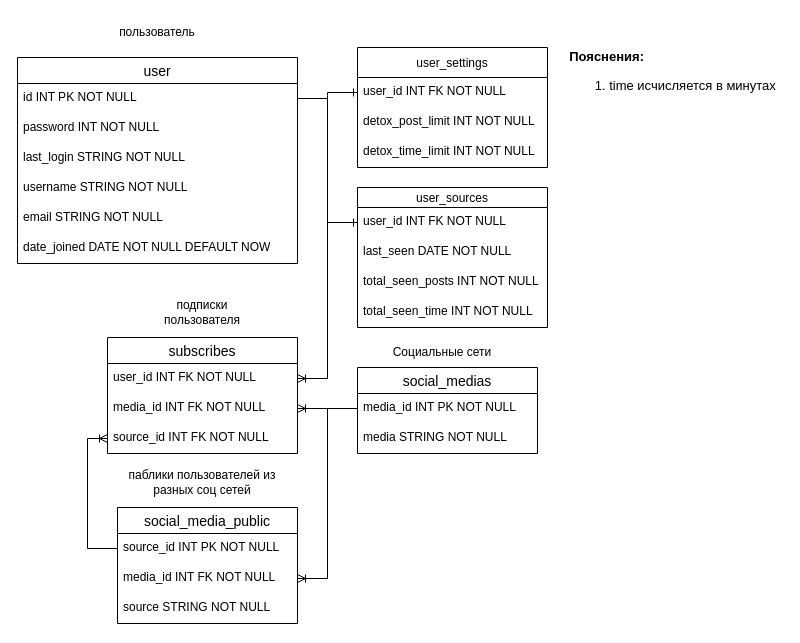
Isas2g/SmoothieFeed keeps this draw.io diagram as SmoothieFeed.drawio. Above is the earlier version. Source tidied: cells renumbered, new cells numbered last; positions are measured from the earlier drawing's top-left corner, leaving out a move shared by most shapes. Both pictures are drawn from the tidied source at 100%, with x=0, y=0 at pixel (17, 17).
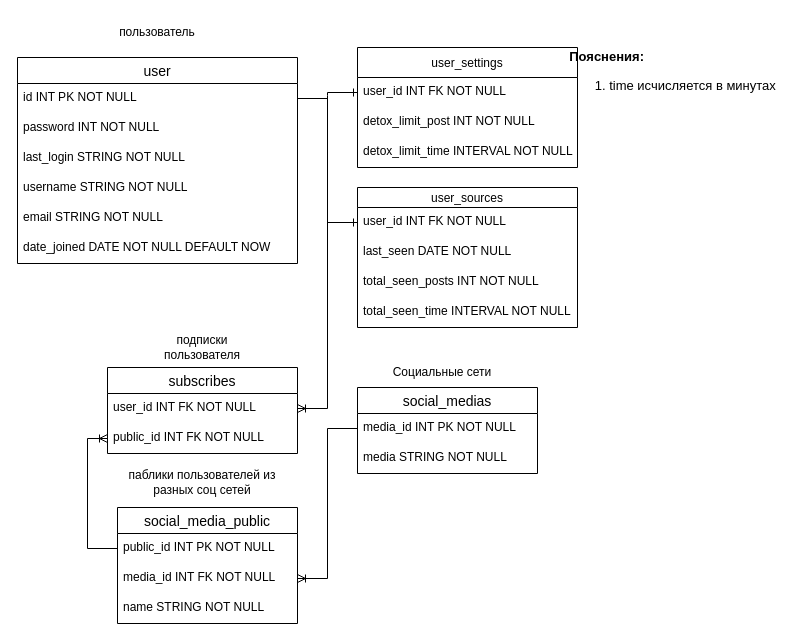
The same page after the edit.

Unchanged cells that the change refers to:
```xml
<mxCell id="15" value="media_id INT PK NOT NULL" style="text;strokeColor=none;fillColor=none;spacingLeft=4;spacingRight=4;overflow=hidden;points=[[0,0.5],[1,0.5]];portConstraint=eastwest;fontSize=12;" parent="14" vertex="1">
  <mxGeometry y="26" width="180" height="30" as="geometry" />
</mxCell>
<mxCell id="17" value="social_media_public" style="swimlane;fontStyle=0;horizontal=1;startSize=26;align=center;fontSize=14;" parent="1" vertex="1">
  <mxGeometry x="100" y="490" width="180" height="116" as="geometry" />
</mxCell>
```

Change to the diagram source:
```diff
@@
     <mxCell id="9" value="subscribes" style="swimlane;fontStyle=0;horizontal=1;startSize=26;align=center;fontSize=14;" parent="1" vertex="1">
-      <mxGeometry x="90" y="320" width="190" height="116" as="geometry" />
+      <mxGeometry x="90" y="350" width="190" height="86" as="geometry" />
     </mxCell>
@@
-    <mxCell id="11" value="media_id INT FK NOT NULL" style="text;strokeColor=none;fillColor=none;spacingLeft=4;spacingRight=4;overflow=hidden;points=[[0,0.5],[1,0.5]];portConstraint=eastwest;fontSize=12;" parent="9" vertex="1">
-      <mxGeometry y="56" width="190" height="30" as="geometry" />
-    </mxCell>
-    <mxCell id="12" value="source_id INT FK NOT NULL" style="text;strokeColor=none;fillColor=none;spacingLeft=4;spacingRight=4;overflow=hidden;points=[[0,0.5],[1,0.5]];portConstraint=eastwest;fontSize=12;" parent="9" vertex="1">
-      <mxGeometry y="86" width="190" height="30" as="geometry" />
+    <mxCell id="12" value="public_id INT FK NOT NULL" style="text;strokeColor=none;fillColor=none;spacingLeft=4;spacingRight=4;overflow=hidden;points=[[0,0.5],[1,0.5]];portConstraint=eastwest;fontSize=12;" parent="9" vertex="1">
+      <mxGeometry y="56" width="190" height="30" as="geometry" />
     </mxCell>
@@
     <mxCell id="14" value="social_medias" style="swimlane;fontStyle=0;horizontal=1;startSize=26;align=center;fontSize=14;" parent="1" vertex="1">
-      <mxGeometry x="340" y="350" width="180" height="86" as="geometry" />
+      <mxGeometry x="340" y="370" width="180" height="86" as="geometry" />
     </mxCell>
@@
-    <mxCell id="18" value="source_id INT PK NOT NULL" style="text;strokeColor=none;fillColor=none;spacingLeft=4;spacingRight=4;overflow=hidden;points=[[0,0.5],[1,0.5]];portConstraint=eastwest;fontSize=12;" parent="17" vertex="1">
+    <mxCell id="18" value="public_id INT PK NOT NULL" style="text;strokeColor=none;fillColor=none;spacingLeft=4;spacingRight=4;overflow=hidden;points=[[0,0.5],[1,0.5]];portConstraint=eastwest;fontSize=12;" parent="17" vertex="1">
       <mxGeometry y="26" width="180" height="30" as="geometry" />
     </mxCell>
@@
-    <mxCell id="20" value="source STRING NOT NULL" style="text;strokeColor=none;fillColor=none;spacingLeft=4;spacingRight=4;overflow=hidden;fontSize=12;" parent="17" vertex="1">
+    <mxCell id="20" value="name STRING NOT NULL" style="text;strokeColor=none;fillColor=none;spacingLeft=4;spacingRight=4;overflow=hidden;fontSize=12;" parent="17" vertex="1">
       <mxGeometry y="86" width="180" height="30" as="geometry" />
     </mxCell>
     <mxCell id="21" value="Социальные сети" style="text;html=1;strokeColor=none;fillColor=none;align=center;verticalAlign=middle;whiteSpace=wrap;rounded=0;" parent="1" vertex="1">
-      <mxGeometry x="360" y="310" width="130" height="50" as="geometry" />
+      <mxGeometry x="360" y="330" width="130" height="50" as="geometry" />
     </mxCell>
@@
     <mxCell id="23" value="подписки пользователя" style="text;html=1;strokeColor=none;fillColor=none;align=center;verticalAlign=middle;whiteSpace=wrap;rounded=0;" parent="1" vertex="1">
-      <mxGeometry x="135" y="280" width="100" height="30" as="geometry" />
+      <mxGeometry x="135" y="315" width="100" height="30" as="geometry" />
     </mxCell>
@@
     <mxCell id="25" value="user_settings" style="swimlane;fontStyle=0;horizontal=1;startSize=30;" parent="1" vertex="1">
-      <mxGeometry x="340" y="30" width="190" height="120" as="geometry" />
+      <mxGeometry x="340" y="30" width="220" height="120" as="geometry" />
     </mxCell>
     <mxCell id="26" value="user_id INT FK NOT NULL" style="text;strokeColor=none;fillColor=none;spacingLeft=4;spacingRight=4;overflow=hidden;points=[[0,0.5],[1,0.5]];portConstraint=eastwest;fontSize=12;" parent="25" vertex="1">
-      <mxGeometry y="30" width="190" height="30" as="geometry" />
+      <mxGeometry y="30" width="220" height="30" as="geometry" />
     </mxCell>
-    <mxCell id="27" value="detox_post_limit INT NOT NULL" style="text;strokeColor=none;fillColor=none;spacingLeft=4;spacingRight=4;overflow=hidden;fontSize=12;" parent="25" vertex="1">
-      <mxGeometry y="60" width="190" height="30" as="geometry" />
+    <mxCell id="27" value="detox_limit_post INT NOT NULL" style="text;strokeColor=none;fillColor=none;spacingLeft=4;spacingRight=4;overflow=hidden;fontSize=12;" parent="25" vertex="1">
+      <mxGeometry y="60" width="220" height="30" as="geometry" />
     </mxCell>
-    <mxCell id="28" value="detox_time_limit INT NOT NULL" style="text;strokeColor=none;fillColor=none;spacingLeft=4;spacingRight=4;overflow=hidden;fontSize=12;" parent="25" vertex="1">
-      <mxGeometry y="90" width="190" height="30" as="geometry" />
+    <mxCell id="28" value="detox_limit_time INTERVAL NOT NULL" style="text;strokeColor=none;fillColor=none;spacingLeft=4;spacingRight=4;overflow=hidden;fontSize=12;" parent="25" vertex="1">
+      <mxGeometry y="90" width="220" height="30" as="geometry" />
     </mxCell>
     <mxCell id="29" value="user_sources" style="swimlane;fontStyle=0;horizontal=1;startSize=20;" parent="1" vertex="1">
-      <mxGeometry x="340" y="170" width="190" height="140" as="geometry" />
+      <mxGeometry x="340" y="170" width="220" height="140" as="geometry" />
     </mxCell>
     <mxCell id="30" value="user_id INT FK NOT NULL" style="text;strokeColor=none;fillColor=none;spacingLeft=4;spacingRight=4;overflow=hidden;points=[[0,0.5],[1,0.5]];portConstraint=eastwest;fontSize=12;" parent="29" vertex="1">
-      <mxGeometry y="20" width="190" height="30" as="geometry" />
+      <mxGeometry y="20" width="220" height="30" as="geometry" />
     </mxCell>
     <mxCell id="31" value="last_seen DATE NOT NULL" style="text;strokeColor=none;fillColor=none;spacingLeft=4;spacingRight=4;overflow=hidden;fontSize=12;" parent="29" vertex="1">
-      <mxGeometry y="50" width="190" height="30" as="geometry" />
+      <mxGeometry y="50" width="220" height="30" as="geometry" />
     </mxCell>
     <mxCell id="32" value="total_seen_posts INT NOT NULL" style="text;strokeColor=none;fillColor=none;spacingLeft=4;spacingRight=4;overflow=hidden;fontSize=12;" parent="29" vertex="1">
-      <mxGeometry y="80" width="190" height="30" as="geometry" />
+      <mxGeometry y="80" width="220" height="30" as="geometry" />
     </mxCell>
-    <mxCell id="33" value="total_seen_time INT NOT NULL" style="text;strokeColor=none;fillColor=none;spacingLeft=4;spacingRight=4;overflow=hidden;fontSize=12;" parent="29" vertex="1">
-      <mxGeometry y="110" width="190" height="30" as="geometry" />
+    <mxCell id="33" value="total_seen_time INTERVAL NOT NULL" style="text;strokeColor=none;fillColor=none;spacingLeft=4;spacingRight=4;overflow=hidden;fontSize=12;" parent="29" vertex="1">
+      <mxGeometry y="110" width="220" height="30" as="geometry" />
     </mxCell>
@@
-    <mxCell id="36" style="edgeStyle=entityRelationEdgeStyle;fontSize=12;html=1;endArrow=ERoneToMany;rounded=0;exitX=0;exitY=0.5;exitDx=0;exitDy=0;" parent="1" edge="1" source="15" target="11">
-      <mxGeometry relative="1" as="geometry" />
-    </mxCell>
```
